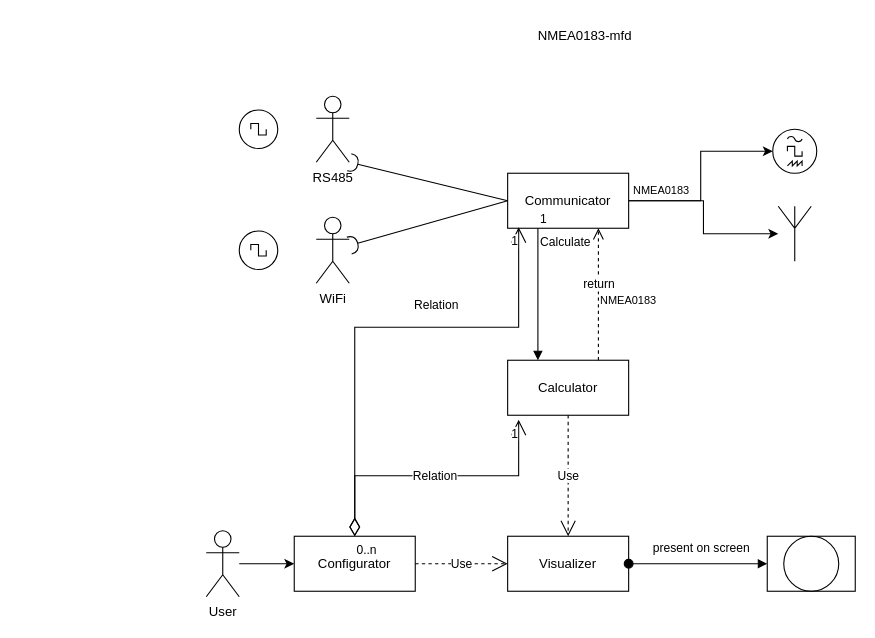
Waps61/NMEA0183-MFD keeps this draw.io diagram as page "Use cases" (1 of 2) of NMEA0183-mfd.drawio. Above is the earlier version. Source tidied: cells renumbered, new cells numbered last; positions are measured from the earlier drawing's top-left corner, leaving out a move shared by most shapes. Both pictures are drawn from the tidied source at 110%, with x=0, y=0 at pixel (206, 19).
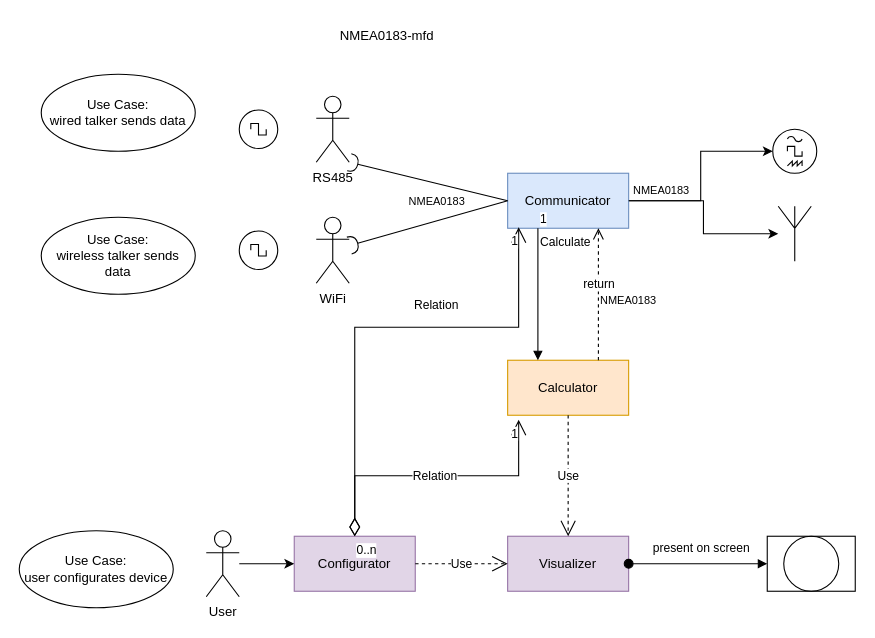
The same page after the edit.

The edit, as a diff of the source:
```diff
@@
-    <mxCell id="3" value="Communicator" style="html=1;whiteSpace=wrap;" parent="1" vertex="1">
+    <mxCell id="3" value="Communicator" style="html=1;whiteSpace=wrap;fillColor=#dae8fc;strokeColor=#6c8ebf;" parent="1" vertex="1">
       <mxGeometry x="274" y="140" width="110" height="50" as="geometry" />
     </mxCell>
-    <mxCell id="4" value="Calculator" style="html=1;whiteSpace=wrap;" parent="1" vertex="1">
+    <mxCell id="4" value="Calculator" style="html=1;whiteSpace=wrap;fillColor=#ffe6cc;strokeColor=#d79b00;" parent="1" vertex="1">
       <mxGeometry x="274" y="310" width="110" height="50" as="geometry" />
     </mxCell>
-    <mxCell id="5" value="Visualizer" style="html=1;whiteSpace=wrap;" parent="1" vertex="1">
+    <mxCell id="5" value="Visualizer" style="html=1;whiteSpace=wrap;fillColor=#e1d5e7;strokeColor=#9673a6;" parent="1" vertex="1">
       <mxGeometry x="274" y="470" width="110" height="50" as="geometry" />
     </mxCell>
@@
-    <mxCell id="20" value="Configurator" style="html=1;whiteSpace=wrap;" parent="1" vertex="1">
+    <mxCell id="20" value="Configurator" style="html=1;whiteSpace=wrap;fillColor=#e1d5e7;strokeColor=#9673a6;" parent="1" vertex="1">
       <mxGeometry x="80" y="470" width="110" height="50" as="geometry" />
     </mxCell>
@@
     <mxCell id="35" value="NMEA0183-mfd" style="text;html=1;whiteSpace=wrap;strokeColor=none;fillColor=none;align=center;verticalAlign=middle;rounded=0;" parent="1" vertex="1">
-      <mxGeometry x="299" width="91" height="30" as="geometry" />
+      <mxGeometry x="119" width="91" height="30" as="geometry" />
     </mxCell>
+    <mxCell id="36" value="NMEA0183" style="text;html=1;whiteSpace=wrap;strokeColor=none;fillColor=none;align=center;verticalAlign=middle;rounded=0;fontSize=10;" parent="1" vertex="1">
+      <mxGeometry x="180" y="150" width="60" height="30" as="geometry" />
+    </mxCell>
+    <mxCell id="37" value="Use Case:&lt;br&gt;wired talker sends data" style="ellipse;whiteSpace=wrap;html=1;" parent="1" vertex="1">
+      <mxGeometry x="-150" y="50" width="140" height="70" as="geometry" />
+    </mxCell>
+    <mxCell id="38" value="Use Case:&lt;div&gt;wireless talker sends data&lt;/div&gt;" style="ellipse;whiteSpace=wrap;html=1;" parent="1" vertex="1">
+      <mxGeometry x="-150" y="180" width="140" height="70" as="geometry" />
+    </mxCell>
+    <mxCell id="39" value="Use Case:&lt;div&gt;user configurates device&lt;/div&gt;" style="ellipse;whiteSpace=wrap;html=1;" parent="1" vertex="1">
+      <mxGeometry x="-170" y="465" width="140" height="70" as="geometry" />
+    </mxCell>
```
